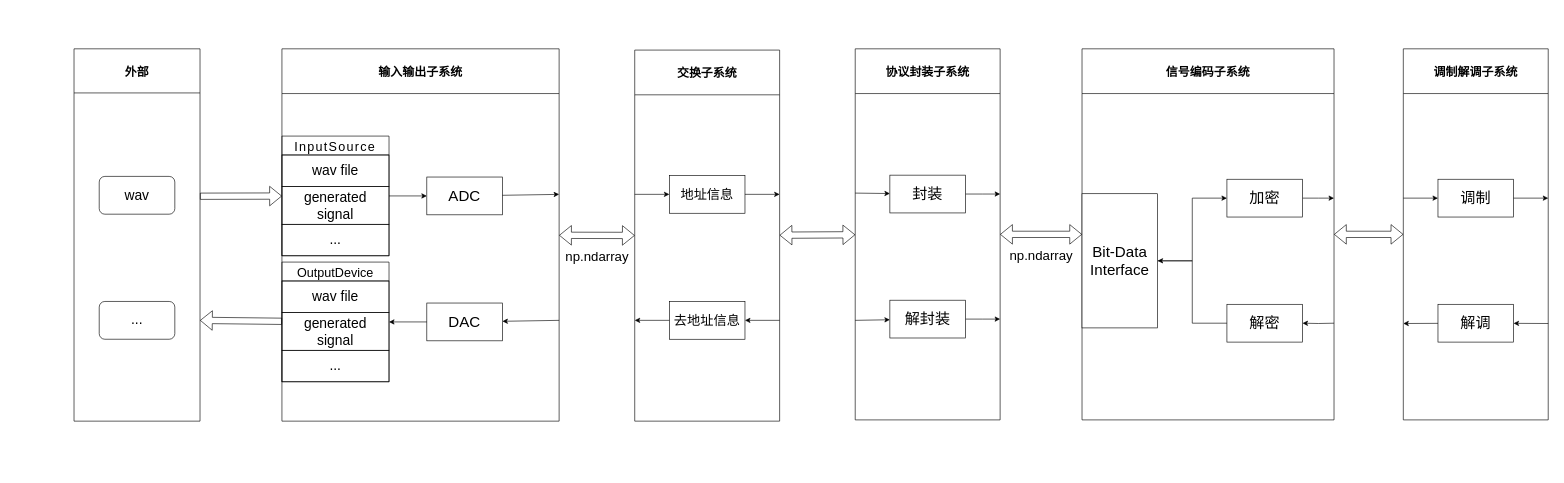
Before: OCS.drawio in Oliveva/OCS, a draw.io diagram. Source tidied: cells renumbered, new cells numbered last; positions are measured from the earlier drawing's top-left corner, leaving out a move shared by most shapes. Both pictures are drawn from the tidied source at 63%, with x=0, y=0 at pixel (74, 49).
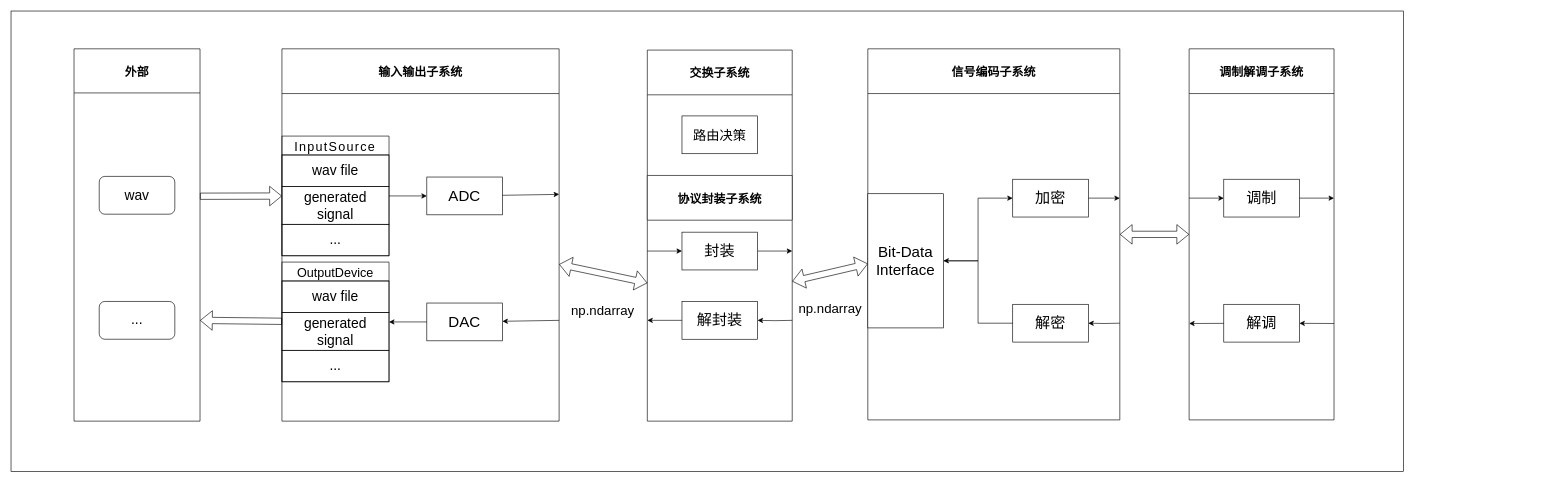
The same page after the edit.

The change refers to these unchanged cells:
```xml
<mxCell id="19" value="输入输出子系统" style="swimlane;startSize=71;fontSize=19;" parent="1" vertex="1">
  <mxGeometry x="330" width="440" height="591" as="geometry" />
</mxCell>
<mxCell id="38" value="&lt;font style=&quot;font-size: 24px;&quot;&gt;调制&lt;/font&gt;" style="rounded=0;whiteSpace=wrap;html=1;" parent="37" vertex="1">
  <mxGeometry x="55" y="207" width="120" height="60" as="geometry" />
</mxCell>
<mxCell id="39" value="&lt;font style=&quot;font-size: 24px;&quot;&gt;解调&lt;/font&gt;" style="rounded=0;whiteSpace=wrap;html=1;" parent="37" vertex="1">
  <mxGeometry x="55" y="405.5" width="120" height="60" as="geometry" />
</mxCell>
<mxCell id="41" style="shape=flexArrow;endArrow=classic;startArrow=classic;html=1;rounded=0;align=center;verticalAlign=bottom;fontSize=17;" parent="1" edge="1" source="29" target="43">
  <mxGeometry relative="1" as="geometry" />
</mxCell>
```

Change to the diagram source:
```diff
@@
-    <mxCell id="20" style="shape=flexArrow;endArrow=classic;startArrow=classic;html=1;rounded=0;align=center;verticalAlign=bottom;fontSize=17;" parent="1" edge="1" source="19" target="22">
+    <mxCell id="20" style="shape=flexArrow;endArrow=classic;startArrow=classic;html=1;rounded=0;align=center;verticalAlign=bottom;fontSize=17;" parent="1" edge="1" source="19" target="29">
       <mxGeometry relative="1" as="geometry" />
     </mxCell>
     <mxCell id="21" value="np.ndarray" style="edgeLabel;html=1;align=center;verticalAlign=middle;fontSize=21;" parent="20" vertex="1">
       <mxGeometry x="-0.16" y="2" relative="1" as="geometry">
-        <mxPoint x="9" y="34" as="offset" />
+        <mxPoint x="9" y="62" as="offset" />
       </mxGeometry>
     </mxCell>
     <mxCell id="22" value="交换子系统" style="swimlane;startSize=71;fontSize=19;" parent="1" vertex="1">
-      <mxGeometry x="890" y="2" width="230" height="589" as="geometry" />
+      <mxGeometry x="910" y="2" width="230" height="269" as="geometry" />
     </mxCell>
-    <mxCell id="23" value="地址信息" style="rounded=0;whiteSpace=wrap;html=1;fontSize=21;" parent="22" vertex="1">
-      <mxGeometry x="55" y="199" width="120" height="60" as="geometry" />
+    <mxCell id="23" value="路由决策" style="rounded=0;whiteSpace=wrap;html=1;fontSize=21;" parent="22" vertex="1">
+      <mxGeometry x="55" y="104.5" width="120" height="60" as="geometry" />
     </mxCell>
-    <mxCell id="24" style="endArrow=classic;html=1;rounded=0;" parent="22" edge="1" target="23">
-      <mxGeometry relative="1" as="geometry">
-        <mxPoint y="229" as="sourcePoint" />
-      </mxGeometry>
-    </mxCell>
-    <mxCell id="25" style="endArrow=classic;html=1;rounded=0;" parent="22" edge="1" source="23">
-      <mxGeometry relative="1" as="geometry">
-        <mxPoint x="230" y="229" as="targetPoint" />
-      </mxGeometry>
-    </mxCell>
-    <mxCell id="26" value="去地址信息" style="rounded=0;whiteSpace=wrap;html=1;fontSize=21;" parent="22" vertex="1">
-      <mxGeometry x="55" y="399" width="120" height="60" as="geometry" />
-    </mxCell>
@@
     <mxCell id="29" value="协议封装子系统" style="swimlane;startSize=71;fontSize=19;" parent="1" vertex="1">
-      <mxGeometry x="1240" width="230" height="589" as="geometry" />
+      <mxGeometry x="910" y="201" width="230" height="390" as="geometry" />
     </mxCell>
     <mxCell id="30" style="edgeStyle=orthogonalEdgeStyle;rounded=0;jettySize=auto;html=1;" parent="29" edge="1" source="31">
       <mxGeometry relative="1" as="geometry">
-        <mxPoint x="230" y="230.5" as="targetPoint" />
+        <mxPoint x="230" y="120" as="targetPoint" />
       </mxGeometry>
     </mxCell>
     <mxCell id="31" value="&lt;font style=&quot;font-size: 24px;&quot;&gt;封装&lt;/font&gt;" style="rounded=0;whiteSpace=wrap;html=1;" parent="29" vertex="1">
-      <mxGeometry x="55" y="200.5" width="120" height="60" as="geometry" />
+      <mxGeometry x="55" y="90" width="120" height="60" as="geometry" />
     </mxCell>
-    <mxCell id="32" style="edgeStyle=orthogonalEdgeStyle;rounded=0;jettySize=auto;html=1;" parent="29" edge="1" source="33">
+    <mxCell id="32" style="edgeStyle=orthogonalEdgeStyle;rounded=0;jettySize=auto;html=1;" parent="29" edge="1" target="33">
       <mxGeometry relative="1" as="geometry">
-        <mxPoint x="230" y="429" as="targetPoint" />
+        <mxPoint x="230" y="230" as="sourcePoint" />
       </mxGeometry>
     </mxCell>
     <mxCell id="33" value="&lt;font style=&quot;font-size: 24px;&quot;&gt;解封装&lt;/font&gt;" style="rounded=0;whiteSpace=wrap;html=1;" parent="29" vertex="1">
-      <mxGeometry x="55" y="399" width="120" height="60" as="geometry" />
+      <mxGeometry x="55" y="200" width="120" height="60" as="geometry" />
     </mxCell>
     <mxCell id="34" style="endArrow=classic;html=1;rounded=0;" parent="29" edge="1" target="31">
       <mxGeometry relative="1" as="geometry">
-        <mxPoint y="229" as="sourcePoint" />
+        <mxPoint y="120" as="sourcePoint" />
       </mxGeometry>
     </mxCell>
-    <mxCell id="35" style="endArrow=classic;html=1;rounded=0;" parent="29" edge="1" target="33">
+    <mxCell id="35" style="endArrow=classic;html=1;rounded=0;" parent="29" edge="1" source="33">
       <mxGeometry relative="1" as="geometry">
-        <mxPoint y="431" as="sourcePoint" />
+        <mxPoint y="230" as="targetPoint" />
       </mxGeometry>
     </mxCell>
-    <mxCell id="36" style="shape=flexArrow;endArrow=classic;startArrow=classic;html=1;rounded=0;align=center;verticalAlign=bottom;fontSize=17;" parent="1" edge="1" source="22" target="29">
-      <mxGeometry relative="1" as="geometry" />
-    </mxCell>
     <mxCell id="37" value="调制解调子系统" style="swimlane;startSize=71;fontSize=19;" parent="1" vertex="1">
-      <mxGeometry x="2110" width="230" height="589" as="geometry" />
+      <mxGeometry x="1770" width="230" height="589" as="geometry" />
     </mxCell>
@@
     <mxCell id="42" value="np.ndarray" style="edgeLabel;html=1;align=center;verticalAlign=middle;fontSize=21;" parent="41" vertex="1">
       <mxGeometry x="-0.16" y="2" relative="1" as="geometry">
-        <mxPoint x="9" y="34" as="offset" />
+        <mxPoint x="9" y="56" as="offset" />
       </mxGeometry>
     </mxCell>
     <mxCell id="43" value="信号编码子系统" style="swimlane;startSize=71;fontSize=19;" parent="1" vertex="1">
-      <mxGeometry x="1600" width="400" height="589" as="geometry" />
+      <mxGeometry x="1260" width="400" height="589" as="geometry" />
     </mxCell>
@@
     <mxCell id="52" style="endArrow=classic;html=1;rounded=0;" parent="1" edge="1" source="38">
       <mxGeometry relative="1" as="geometry">
-        <mxPoint x="2340" y="237" as="targetPoint" />
+        <mxPoint x="2000" y="237" as="targetPoint" />
       </mxGeometry>
     </mxCell>
     <mxCell id="53" style="endArrow=classic;html=1;rounded=0;" parent="1" edge="1" source="39">
       <mxGeometry relative="1" as="geometry">
-        <mxPoint x="2110" y="436" as="targetPoint" />
+        <mxPoint x="1770" y="436" as="targetPoint" />
       </mxGeometry>
     </mxCell>
     <mxCell id="54" style="endArrow=classic;html=1;rounded=0;" parent="1" edge="1" target="39">
       <mxGeometry relative="1" as="geometry">
-        <mxPoint x="2340" y="436" as="sourcePoint" />
+        <mxPoint x="2000" y="436" as="sourcePoint" />
       </mxGeometry>
     </mxCell>
-    <mxCell id="55" style="endArrow=classic;html=1;rounded=0;" parent="1" edge="1" source="26">
-      <mxGeometry relative="1" as="geometry">
-        <mxPoint x="890" y="431" as="targetPoint" />
-      </mxGeometry>
-    </mxCell>
-    <mxCell id="56" style="endArrow=classic;html=1;rounded=0;" parent="1" edge="1" target="26">
-      <mxGeometry relative="1" as="geometry">
-        <mxPoint x="1120" y="431" as="sourcePoint" />
-      </mxGeometry>
-    </mxCell>
+    <mxCell id="57" style="rounded=0;whiteSpace=wrap;html=1;fillColor=none;" parent="1" vertex="1">
+      <mxGeometry x="-100" y="-60" width="2210" height="731" as="geometry" />
+    </mxCell>
```
